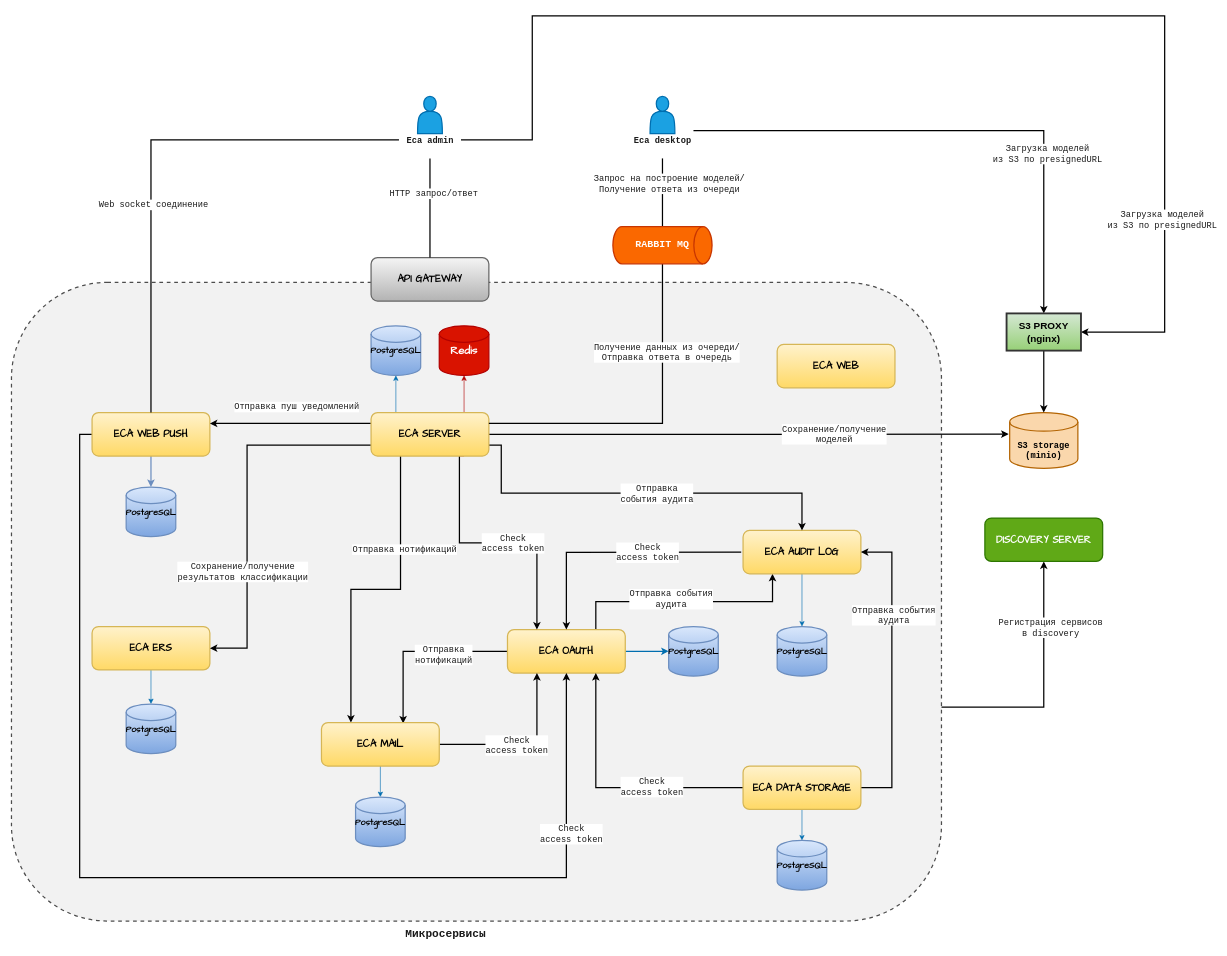
The draw.io diagram doc/schemas/eca-service-architecture.drawio in Stonnos/eca-service, before the edit. Source tidied: cells renumbered, new cells numbered last; positions are measured from the earlier drawing's top-left corner, leaving out a move shared by most shapes. Both pictures are drawn from the tidied source at 62%, with x=0, y=0 at pixel (11, 16).
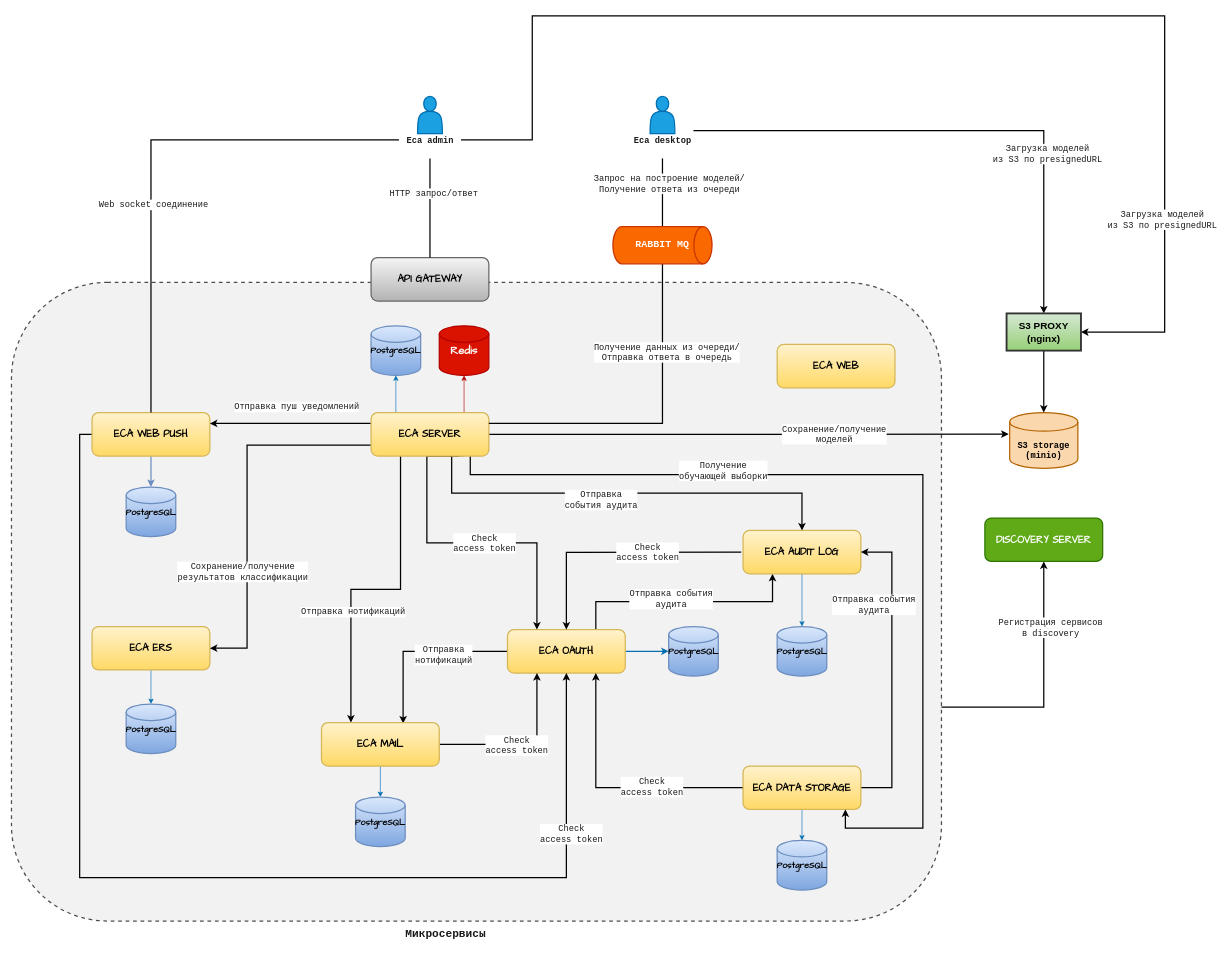
The same page after the edit.

Unchanged cells that the change refers to:
```xml
<mxCell id="11" value="&lt;font face=&quot;Comic Sans MS&quot;&gt;&lt;span style=&quot;font-size: 16px;&quot;&gt;&lt;b&gt;ECA OAUTH&lt;/b&gt;&lt;/span&gt;&lt;/font&gt;" style="rounded=1;whiteSpace=wrap;html=1;strokeColor=#d6b656;strokeWidth=2;fillColor=#fff2cc;gradientColor=#ffd966;" parent="1" vertex="1">
  <mxGeometry x="800" y="990" width="190" height="70" as="geometry" />
</mxCell>
<mxCell id="16" value="&lt;font face=&quot;Comic Sans MS&quot;&gt;&lt;span style=&quot;font-size: 16px;&quot;&gt;&lt;b&gt;ECA AUDIT LOG&lt;/b&gt;&lt;/span&gt;&lt;/font&gt;" style="rounded=1;whiteSpace=wrap;html=1;strokeColor=#d6b656;strokeWidth=2;fillColor=#fff2cc;gradientColor=#ffd966;" parent="1" vertex="1">
  <mxGeometry x="1180" y="830" width="190" height="70" as="geometry" />
</mxCell>
<mxCell id="20" style="edgeStyle=orthogonalEdgeStyle;rounded=0;jettySize=auto;html=1;exitX=1;exitY=0.5;exitDx=0;exitDy=0;entryX=1;entryY=0.5;entryDx=0;entryDy=0;fontFamily=Courier New;fontSize=14;fontColor=#1A1A1A;endArrow=classic;endFill=1;strokeWidth=2;" parent="1" edge="1" source="22" target="16">
  <mxGeometry relative="1" as="geometry">
    <Array as="points">
      <mxPoint x="1420" y="1245" />
      <mxPoint x="1420" y="865" />
    </Array>
  </mxGeometry>
</mxCell>
<mxCell id="35" style="edgeStyle=orthogonalEdgeStyle;rounded=0;jettySize=auto;html=1;exitX=0.25;exitY=1;exitDx=0;exitDy=0;entryX=0.25;entryY=0;entryDx=0;entryDy=0;fontFamily=Courier New;fontSize=14;fontColor=#1A1A1A;endArrow=classic;endFill=1;strokeWidth=2;" parent="1" edge="1" source="43" target="47">
  <mxGeometry relative="1" as="geometry" />
</mxCell>
<mxCell id="43" value="&lt;font face=&quot;Comic Sans MS&quot;&gt;&lt;span style=&quot;font-size: 16px;&quot;&gt;&lt;b&gt;ECA SERVER&lt;/b&gt;&lt;/span&gt;&lt;/font&gt;" style="rounded=1;whiteSpace=wrap;html=1;strokeColor=#d6b656;strokeWidth=2;fillColor=#fff2cc;gradientColor=#ffd966;" parent="1" vertex="1">
  <mxGeometry x="580" y="640" width="190" height="70" as="geometry" />
</mxCell>
```

Diff of the diagram source:
```diff
@@
     <mxCell id="21" value="Отправка события&lt;br&gt;аудита" style="edgeLabel;html=1;align=center;verticalAlign=middle;fontSize=14;fontFamily=Courier New;fontColor=#1A1A1A;" parent="20" vertex="1">
-      <mxGeometry x="0.37" y="-2" relative="1" as="geometry" />
+      <mxGeometry x="0.37" y="-2" relative="1" as="geometry">
+        <mxPoint x="-32" y="-17" as="offset" />
+      </mxGeometry>
     </mxCell>
@@
     <mxCell id="36" value="Отправка нотификаций" style="edgeLabel;html=1;align=center;verticalAlign=middle;fontSize=14;fontFamily=Courier New;fontColor=#1A1A1A;" parent="35" vertex="1">
-      <mxGeometry x="-0.41" y="6" relative="1" as="geometry" />
+      <mxGeometry x="-0.41" y="6" relative="1" as="geometry">
+        <mxPoint x="-83" y="101" as="offset" />
+      </mxGeometry>
     </mxCell>
     <mxCell id="37" style="edgeStyle=orthogonalEdgeStyle;rounded=0;jettySize=auto;html=1;exitX=0.75;exitY=1;exitDx=0;exitDy=0;entryX=0.25;entryY=0;entryDx=0;entryDy=0;fontFamily=Courier New;fontSize=14;fontColor=#1A1A1A;endArrow=classic;endFill=1;strokeWidth=2;" parent="1" edge="1" source="43" target="11">
       <mxGeometry relative="1" as="geometry">
         <Array as="points">
-          <mxPoint x="723" y="850" />
-          <mxPoint x="848" y="850" />
+          <mxPoint x="670" y="710" />
+          <mxPoint x="670" y="850" />
+          <mxPoint x="847" y="850" />
         </Array>
       </mxGeometry>
     </mxCell>
@@
-    <mxCell id="39" style="edgeStyle=orthogonalEdgeStyle;rounded=0;jettySize=auto;html=1;exitX=1;exitY=0.75;exitDx=0;exitDy=0;fontFamily=Courier New;fontSize=14;fontColor=#1A1A1A;endArrow=classic;endFill=1;strokeWidth=2;" parent="1" edge="1" source="43" target="16">
+    <mxCell id="39" style="edgeStyle=orthogonalEdgeStyle;rounded=0;jettySize=auto;html=1;exitX=0.675;exitY=1.025;exitDx=0;exitDy=0;fontFamily=Courier New;fontSize=14;fontColor=#1A1A1A;endArrow=classic;endFill=1;strokeWidth=2;exitPerimeter=0;" parent="1" edge="1" source="43" target="16">
       <mxGeometry relative="1" as="geometry">
         <Array as="points">
-          <mxPoint x="790" y="693" />
-          <mxPoint x="790" y="770" />
+          <mxPoint x="708" y="709" />
+          <mxPoint x="710" y="709" />
+          <mxPoint x="710" y="770" />
           <mxPoint x="1275" y="770" />
         </Array>
       </mxGeometry>
     </mxCell>
     <mxCell id="40" value="Отправка&lt;br&gt;события аудита" style="edgeLabel;html=1;align=center;verticalAlign=middle;fontSize=14;fontFamily=Courier New;fontColor=#1A1A1A;" parent="39" vertex="1">
       <mxGeometry x="0.08" relative="1" as="geometry">
-        <mxPoint x="1" as="offset" />
+        <mxPoint x="-67" y="10" as="offset" />
       </mxGeometry>
     </mxCell>
@@
+    <mxCell id="80" style="edgeStyle=orthogonalEdgeStyle;rounded=0;orthogonalLoop=1;jettySize=auto;html=1;targetPerimeterSpacing=1;strokeWidth=2;" parent="1" edge="1">
+      <mxGeometry relative="1" as="geometry">
+        <mxPoint x="740" y="710" as="sourcePoint" />
+        <mxPoint x="1345" y="1280" as="targetPoint" />
+        <Array as="points">
+          <mxPoint x="740" y="710" />
+          <mxPoint x="740" y="740" />
+          <mxPoint x="1470" y="740" />
+          <mxPoint x="1470" y="1310" />
+          <mxPoint x="1345" y="1310" />
+        </Array>
+      </mxGeometry>
+    </mxCell>
@@
+    <mxCell id="81" value="Получение&lt;br&gt;обучающей выборки" style="edgeLabel;html=1;align=center;verticalAlign=middle;fontSize=14;fontFamily=Courier New;fontColor=#1A1A1A;" parent="1" vertex="1">
+      <mxGeometry x="1160" y="740" as="geometry">
+        <mxPoint x="-13" y="-7" as="offset" />
+      </mxGeometry>
+    </mxCell>
```
